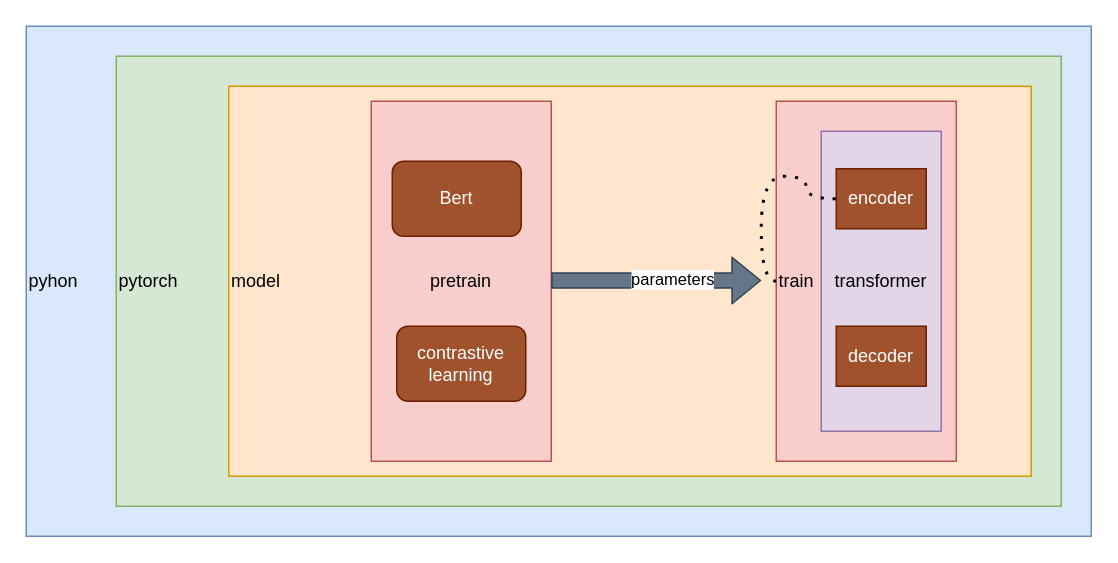
This is Untitled Diagram.drawio from zhaoyi-hb/diagrams, a draw.io file, before an edit. Source tidied: cells renumbered, new cells numbered last; positions are measured from the earlier drawing's top-left corner, leaving out a move shared by most shapes. Both pictures are drawn from the tidied source at 150%, with x=0, y=0 at pixel (26, 26).
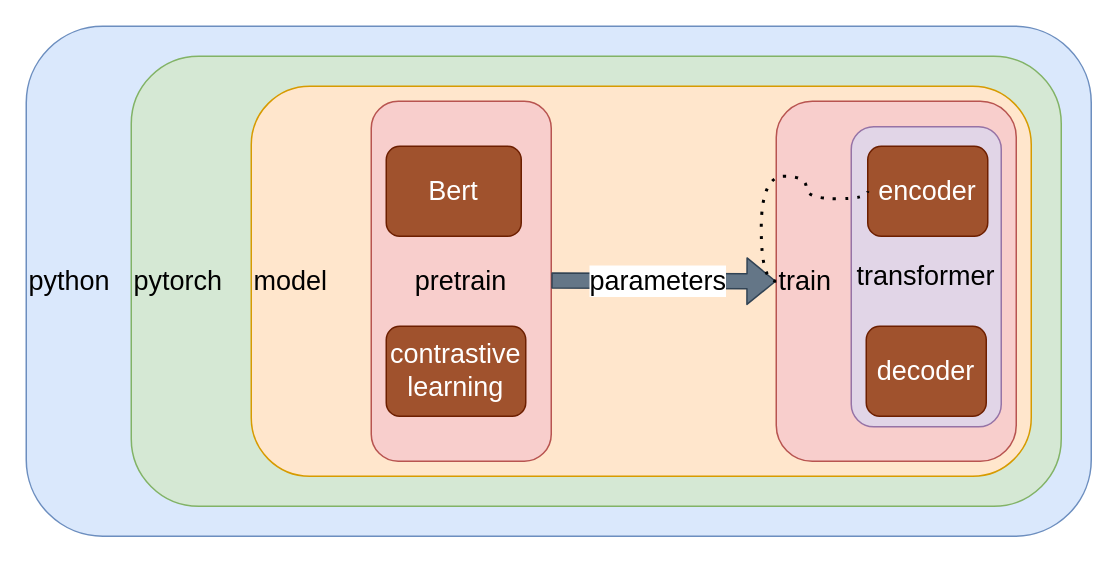
The same page after the edit.

The edit, as a diff of the source:
```diff
@@
 <mxGraphModel>
   <root>
     <mxCell id="0" />
     <mxCell id="1" parent="0" />
-    <mxCell id="2" value="pyhon" style="rounded=0;whiteSpace=wrap;html=1;align=left;fillColor=#dae8fc;strokeColor=#6c8ebf;" parent="1" vertex="1">
+    <mxCell id="2" value="&lt;font style=&quot;font-size: 18px&quot;&gt;python&lt;/font&gt;" style="rounded=1;whiteSpace=wrap;html=1;align=left;fillColor=#dae8fc;strokeColor=#6c8ebf;shadow=0;sketch=0;glass=0;" parent="1" vertex="1">
       <mxGeometry width="710" height="340" as="geometry" />
     </mxCell>
-    <mxCell id="3" value="pytorch" style="rounded=0;whiteSpace=wrap;html=1;align=left;fillColor=#d5e8d4;strokeColor=#82b366;" parent="1" vertex="1">
-      <mxGeometry x="60" y="20" width="630" height="300" as="geometry" />
+    <mxCell id="3" value="&lt;font style=&quot;font-size: 18px&quot;&gt;pytorch&lt;/font&gt;" style="rounded=1;whiteSpace=wrap;html=1;align=left;fillColor=#d5e8d4;strokeColor=#82b366;" parent="1" vertex="1">
+      <mxGeometry x="70" y="20" width="620" height="300" as="geometry" />
     </mxCell>
-    <mxCell id="4" value="model" style="rounded=0;whiteSpace=wrap;html=1;align=left;fillColor=#ffe6cc;strokeColor=#d79b00;" parent="1" vertex="1">
-      <mxGeometry x="135" y="40" width="535" height="260" as="geometry" />
+    <mxCell id="4" value="&lt;font style=&quot;font-size: 18px&quot;&gt;model&lt;/font&gt;" style="rounded=1;whiteSpace=wrap;html=1;align=left;fillColor=#ffe6cc;strokeColor=#d79b00;" parent="1" vertex="1">
+      <mxGeometry x="150" y="40" width="520" height="260" as="geometry" />
     </mxCell>
-    <mxCell id="5" value="pretrain" style="rounded=0;whiteSpace=wrap;html=1;fillColor=#f8cecc;strokeColor=#b85450;" parent="1" vertex="1">
+    <mxCell id="5" value="&lt;font style=&quot;font-size: 18px&quot;&gt;pretrain&lt;/font&gt;" style="rounded=1;whiteSpace=wrap;html=1;fillColor=#f8cecc;strokeColor=#b85450;" parent="1" vertex="1">
       <mxGeometry x="230" y="50" width="120" height="240" as="geometry" />
     </mxCell>
-    <mxCell id="6" value="train" style="rounded=0;whiteSpace=wrap;html=1;align=left;fillColor=#f8cecc;strokeColor=#b85450;" parent="1" vertex="1">
-      <mxGeometry x="500" y="50" width="120" height="240" as="geometry" />
+    <mxCell id="6" value="&lt;font style=&quot;font-size: 18px&quot;&gt;train&lt;/font&gt;" style="rounded=1;whiteSpace=wrap;html=1;align=left;fillColor=#f8cecc;strokeColor=#b85450;" parent="1" vertex="1">
+      <mxGeometry x="500" y="50" width="160" height="240" as="geometry" />
     </mxCell>
     <mxCell id="7" style="shape=flexArrow;endArrow=classic;html=1;fillColor=#647687;strokeColor=#314354;" parent="1" edge="1">
       <mxGeometry relative="1" as="geometry">
         <mxPoint x="350" y="169.5" as="sourcePoint" />
-        <mxPoint x="490" y="169.5" as="targetPoint" />
+        <mxPoint x="500" y="170" as="targetPoint" />
       </mxGeometry>
     </mxCell>
-    <mxCell id="8" value="parameters" style="edgeLabel;html=1;align=center;verticalAlign=middle;" parent="7" vertex="1">
+    <mxCell id="8" value="&lt;font style=&quot;font-size: 18px&quot;&gt;parameters&lt;/font&gt;" style="edgeLabel;html=1;align=center;verticalAlign=middle;" parent="7" vertex="1">
       <mxGeometry x="0.14" y="2" relative="1" as="geometry">
-        <mxPoint y="1" as="offset" />
+        <mxPoint x="-16" y="2.2" as="offset" />
       </mxGeometry>
     </mxCell>
-    <mxCell id="9" value="Bert" style="rounded=1;whiteSpace=wrap;html=1;fillColor=#a0522d;strokeColor=#6D1F00;fontColor=#ffffff;" parent="1" vertex="1">
-      <mxGeometry x="244" y="90" width="86" height="50" as="geometry" />
+    <mxCell id="9" value="&lt;font style=&quot;font-size: 18px&quot;&gt;Bert&lt;/font&gt;" style="rounded=1;whiteSpace=wrap;html=1;fillColor=#a0522d;strokeColor=#6D1F00;fontColor=#ffffff;" parent="1" vertex="1">
+      <mxGeometry x="240" y="80" width="90" height="60" as="geometry" />
     </mxCell>
-    <mxCell id="10" value="contrastive learning" style="rounded=1;whiteSpace=wrap;html=1;fillColor=#a0522d;strokeColor=#6D1F00;fontColor=#ffffff;" parent="1" vertex="1">
-      <mxGeometry x="247" y="200" width="86" height="50" as="geometry" />
+    <mxCell id="10" value="&lt;font style=&quot;font-size: 18px&quot;&gt;contrastive learning&lt;/font&gt;" style="rounded=1;whiteSpace=wrap;html=1;fillColor=#a0522d;strokeColor=#6D1F00;fontColor=#ffffff;" parent="1" vertex="1">
+      <mxGeometry x="240" y="200" width="93" height="60" as="geometry" />
     </mxCell>
-    <mxCell id="11" value="transformer" style="rounded=0;whiteSpace=wrap;html=1;fillColor=#e1d5e7;strokeColor=#9673a6;" parent="1" vertex="1">
-      <mxGeometry x="530" y="70" width="80" height="200" as="geometry" />
+    <mxCell id="11" value="&lt;font style=&quot;font-size: 18px&quot;&gt;transformer&lt;/font&gt;" style="rounded=1;whiteSpace=wrap;html=1;fillColor=#e1d5e7;strokeColor=#9673a6;" parent="1" vertex="1">
+      <mxGeometry x="550" y="67" width="100" height="200" as="geometry" />
     </mxCell>
-    <mxCell id="12" value="encoder" style="rounded=0;whiteSpace=wrap;html=1;fillColor=#a0522d;strokeColor=#6D1F00;fontColor=#ffffff;" parent="1" vertex="1">
-      <mxGeometry x="540" y="95" width="60" height="40" as="geometry" />
+    <mxCell id="12" value="&lt;font style=&quot;font-size: 18px&quot;&gt;encoder&lt;/font&gt;" style="rounded=1;whiteSpace=wrap;html=1;fillColor=#a0522d;strokeColor=#6D1F00;fontColor=#ffffff;" parent="1" vertex="1">
+      <mxGeometry x="561" y="80" width="80" height="60" as="geometry" />
     </mxCell>
-    <mxCell id="13" value="decoder" style="rounded=0;whiteSpace=wrap;html=1;fillColor=#a0522d;strokeColor=#6D1F00;fontColor=#ffffff;" parent="1" vertex="1">
-      <mxGeometry x="540" y="200" width="60" height="40" as="geometry" />
+    <mxCell id="13" value="&lt;font style=&quot;font-size: 18px&quot;&gt;decoder&lt;/font&gt;" style="rounded=1;whiteSpace=wrap;html=1;fillColor=#a0522d;strokeColor=#6D1F00;fontColor=#ffffff;" parent="1" vertex="1">
+      <mxGeometry x="560" y="200" width="80" height="60" as="geometry" />
     </mxCell>
     <mxCell id="14" style="endArrow=none;dashed=1;html=1;dashPattern=1 3;strokeWidth=2;exitX=0;exitY=0.5;exitDx=0;exitDy=0;entryX=0;entryY=0.5;entryDx=0;entryDy=0;edgeStyle=orthogonalEdgeStyle;curved=1;" parent="1" edge="1" source="6" target="12">
       <mxGeometry relative="1" as="geometry">
         <Array as="points">
           <mxPoint x="490" y="170" />
           <mxPoint x="490" y="100" />
           <mxPoint x="520" y="100" />
           <mxPoint x="520" y="115" />
         </Array>
       </mxGeometry>
     </mxCell>
   </root>
 </mxGraphModel>
```
